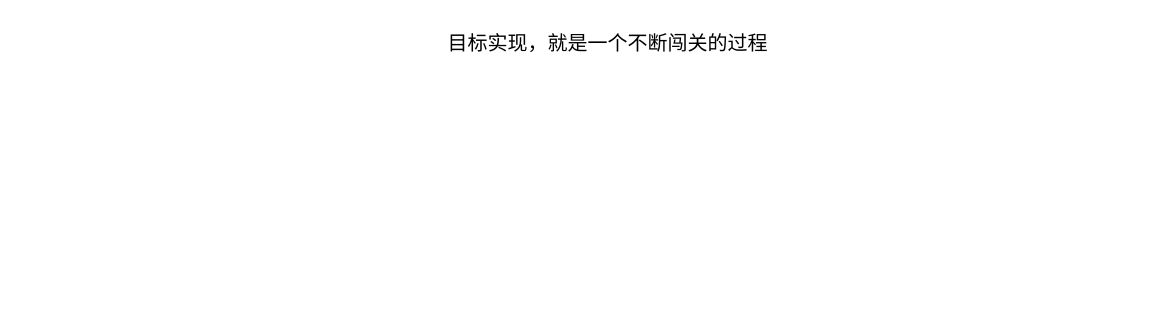
dengyulong/PublicStore keeps this draw.io diagram as diagrams/未命名绘图.drawio. Above is the earlier version. Source tidied: cells renumbered, new cells numbered last; positions are measured from the earlier drawing's top-left corner, leaving out a move shared by most shapes. Both pictures are drawn from the tidied source at 100%, with x=0, y=0 at pixel (437, 27).
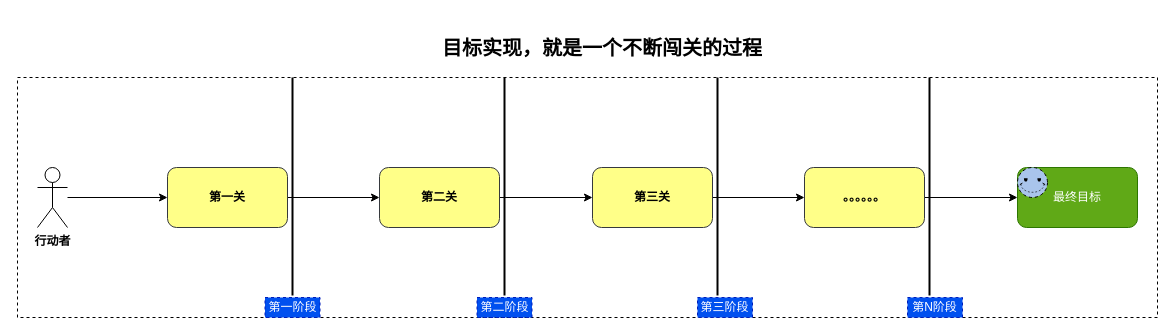
After the change.

Commit message:
更新未命名绘图.drawio

The edit, as a diff of the source:
```diff
@@
+    <mxCell id="3" style="whiteSpace=wrap;html=1;fontSize=12;dashed=1;fontFamily=Helvetica;" parent="1" vertex="1">
+      <mxGeometry x="-420" y="50" width="1140" height="240" as="geometry" />
+    </mxCell>
+    <mxCell id="4" value="最终目标" style="rounded=1;whiteSpace=wrap;html=1;fontSize=12;fillColor=#60a917;strokeColor=#2D7600;fontColor=#ffffff;fontFamily=Helvetica;" parent="1" vertex="1">
+      <mxGeometry x="580" y="140" width="120" height="60" as="geometry" />
+    </mxCell>
+    <mxCell id="5" style="edgeStyle=orthogonalEdgeStyle;rounded=0;jettySize=auto;html=1;fontSize=12;fontFamily=Helvetica;" parent="1" edge="1" source="6" target="8">
+      <mxGeometry relative="1" as="geometry" />
+    </mxCell>
+    <mxCell id="6" value="第一关" style="rounded=1;whiteSpace=wrap;html=1;fontSize=12;fillColor=#ffff88;strokeColor=#36393d;fontFamily=Helvetica;fontStyle=1;" parent="1" vertex="1">
+      <mxGeometry x="-270" y="140" width="120" height="60" as="geometry" />
+    </mxCell>
+    <mxCell id="7" style="edgeStyle=orthogonalEdgeStyle;rounded=0;jettySize=auto;html=1;fontSize=12;fontFamily=Helvetica;" parent="1" edge="1" source="8" target="10">
+      <mxGeometry relative="1" as="geometry" />
+    </mxCell>
+    <mxCell id="8" value="第二关" style="rounded=1;whiteSpace=wrap;html=1;fontSize=12;fillColor=#ffff88;strokeColor=#36393d;fontFamily=Helvetica;fontStyle=1;" parent="1" vertex="1">
+      <mxGeometry x="-58" y="140" width="120" height="60" as="geometry" />
+    </mxCell>
+    <mxCell id="9" style="edgeStyle=orthogonalEdgeStyle;rounded=0;jettySize=auto;html=1;fontSize=12;fontFamily=Helvetica;" parent="1" edge="1" source="10" target="12">
+      <mxGeometry relative="1" as="geometry" />
+    </mxCell>
+    <mxCell id="10" value="第三关" style="rounded=1;whiteSpace=wrap;html=1;fontSize=12;fillColor=#ffff88;strokeColor=#36393d;fontFamily=Helvetica;fontStyle=1;" parent="1" vertex="1">
+      <mxGeometry x="155" y="140" width="120" height="60" as="geometry" />
+    </mxCell>
+    <mxCell id="11" style="edgeStyle=orthogonalEdgeStyle;rounded=0;jettySize=auto;html=1;fontSize=12;fontFamily=Helvetica;" parent="1" edge="1" source="12" target="4">
+      <mxGeometry relative="1" as="geometry" />
+    </mxCell>
+    <mxCell id="12" value="。。。。。。" style="rounded=1;whiteSpace=wrap;html=1;fontSize=12;fillColor=#ffff88;strokeColor=#36393d;fontFamily=Helvetica;fontStyle=1;" parent="1" vertex="1">
+      <mxGeometry x="367" y="140" width="120" height="60" as="geometry" />
+    </mxCell>
+    <mxCell id="13" style="line;strokeWidth=2;direction=south;html=1;fontSize=12;fontFamily=Helvetica;" parent="1" vertex="1">
+      <mxGeometry x="-150" y="50" width="10" height="218" as="geometry" />
+    </mxCell>
+    <mxCell id="14" style="line;strokeWidth=2;direction=south;html=1;fontSize=12;fontFamily=Helvetica;" parent="1" vertex="1">
+      <mxGeometry x="62" y="50" width="10" height="218" as="geometry" />
+    </mxCell>
+    <mxCell id="15" style="line;strokeWidth=2;direction=south;html=1;fontSize=12;fontFamily=Helvetica;" parent="1" vertex="1">
+      <mxGeometry x="275" y="50" width="10" height="218" as="geometry" />
+    </mxCell>
+    <mxCell id="16" style="line;strokeWidth=2;direction=south;html=1;fontSize=12;fontFamily=Helvetica;" parent="1" vertex="1">
+      <mxGeometry x="487" y="50" width="10" height="218" as="geometry" />
+    </mxCell>
+    <mxCell id="17" style="edgeStyle=orthogonalEdgeStyle;rounded=0;jettySize=auto;html=1;fontSize=12;fontFamily=Helvetica;" parent="1" edge="1" source="18" target="6">
+      <mxGeometry relative="1" as="geometry" />
+    </mxCell>
+    <mxCell id="18" value="行动者" style="shape=umlActor;verticalLabelPosition=bottom;verticalAlign=top;html=1;outlineConnect=0;fontSize=12;fontFamily=Helvetica;fontStyle=1;" parent="1" vertex="1">
+      <mxGeometry x="-400" y="140" width="30" height="60" as="geometry" />
+    </mxCell>
-    <mxCell id="2" value="目标实现，就是一个不断闯关的过程" style="text;html=1;align=center;verticalAlign=middle;strokeColor=none;fillColor=none;fontSize=20;" parent="1" vertex="1">
-      <mxGeometry width="340" height="30" as="geometry" />
+    <mxCell id="2" value="&lt;h1&gt;&lt;span style=&quot;font-size: 20px; text-align: center;&quot;&gt;目标实现，就是一个不断闯关的过程&lt;/span&gt;&lt;br&gt;&lt;/h1&gt;" style="text;html=1;strokeColor=none;fillColor=none;spacing=5;spacingTop=-20;whiteSpace=wrap;overflow=hidden;rounded=0;dashed=1;fontSize=12;fontStyle=1;fontFamily=Helvetica;" parent="1" vertex="1">
+      <mxGeometry width="450" height="50" as="geometry" />
     </mxCell>
+    <mxCell id="19" value="第一阶段" style="rounded=0;whiteSpace=wrap;html=1;dashed=1;fontSize=12;fillColor=#0050ef;strokeColor=#001DBC;fontColor=#ffffff;fontFamily=Helvetica;" parent="1" vertex="1">
+      <mxGeometry x="-172.5" y="270" width="55" height="20" as="geometry" />
+    </mxCell>
+    <mxCell id="20" value="第二阶段" style="rounded=0;whiteSpace=wrap;html=1;dashed=1;fontSize=12;fillColor=#0050ef;fontColor=#ffffff;strokeColor=#001DBC;fontFamily=Helvetica;" parent="1" vertex="1">
+      <mxGeometry x="39.5" y="270" width="55" height="20" as="geometry" />
+    </mxCell>
+    <mxCell id="21" value="第三阶段" style="rounded=0;whiteSpace=wrap;html=1;dashed=1;fontSize=12;fillColor=#0050ef;fontColor=#ffffff;strokeColor=#001DBC;fontFamily=Helvetica;" parent="1" vertex="1">
+      <mxGeometry x="260" y="270" width="55" height="20" as="geometry" />
+    </mxCell>
+    <mxCell id="22" value="第N阶段" style="rounded=0;whiteSpace=wrap;html=1;dashed=1;fontSize=12;fillColor=#0050ef;fontColor=#ffffff;strokeColor=#001DBC;fontFamily=Helvetica;" parent="1" vertex="1">
+      <mxGeometry x="470" y="270" width="55" height="20" as="geometry" />
+    </mxCell>
+    <mxCell id="23" style="verticalLabelPosition=bottom;verticalAlign=top;html=1;shape=mxgraph.basic.smiley;dashed=1;fontSize=12;fillColor=#A9C4EB;fontFamily=Helvetica;" parent="1" vertex="1">
+      <mxGeometry x="580" y="140" width="30" height="30" as="geometry" />
+    </mxCell>
```
